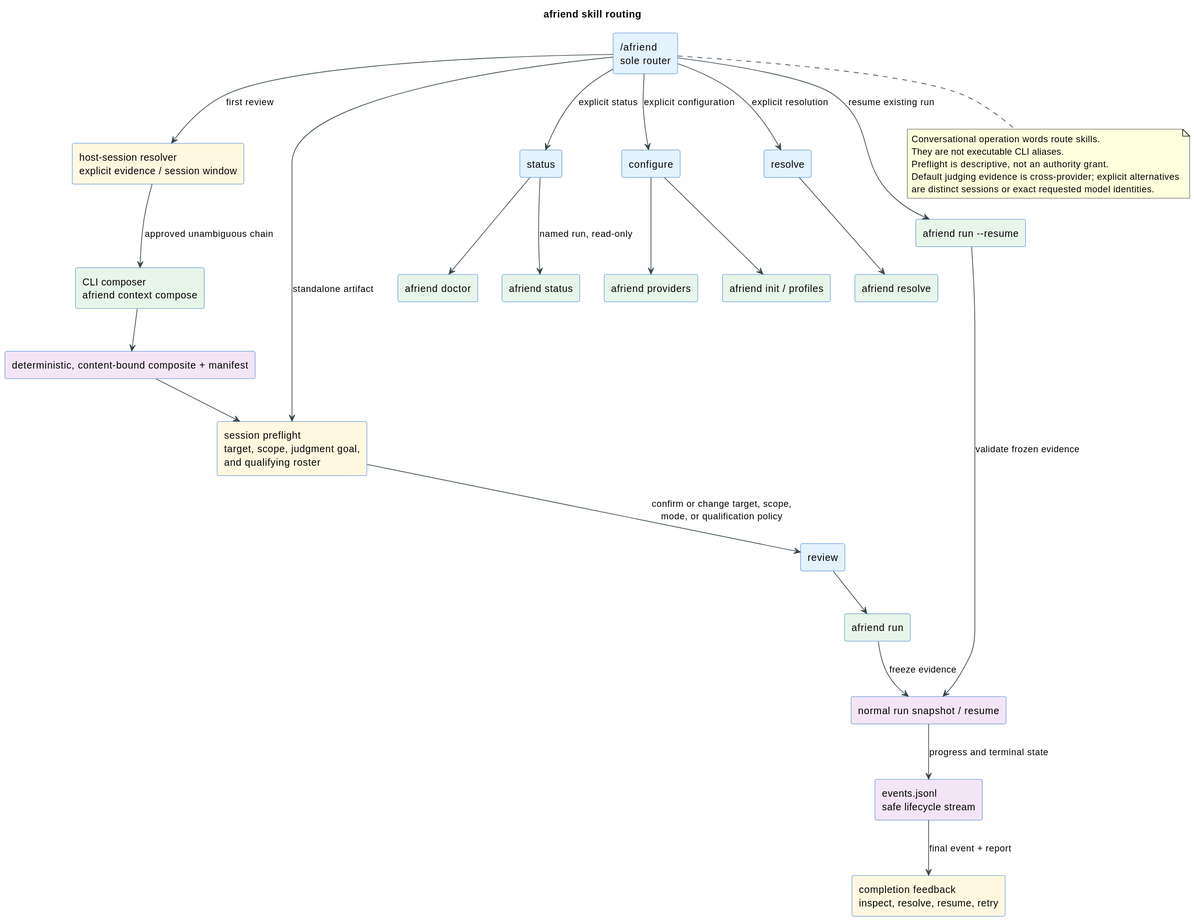
Earlier version of the PlantUML export docs/architecture/skill-routing.svg (livingstaccato/afriend).
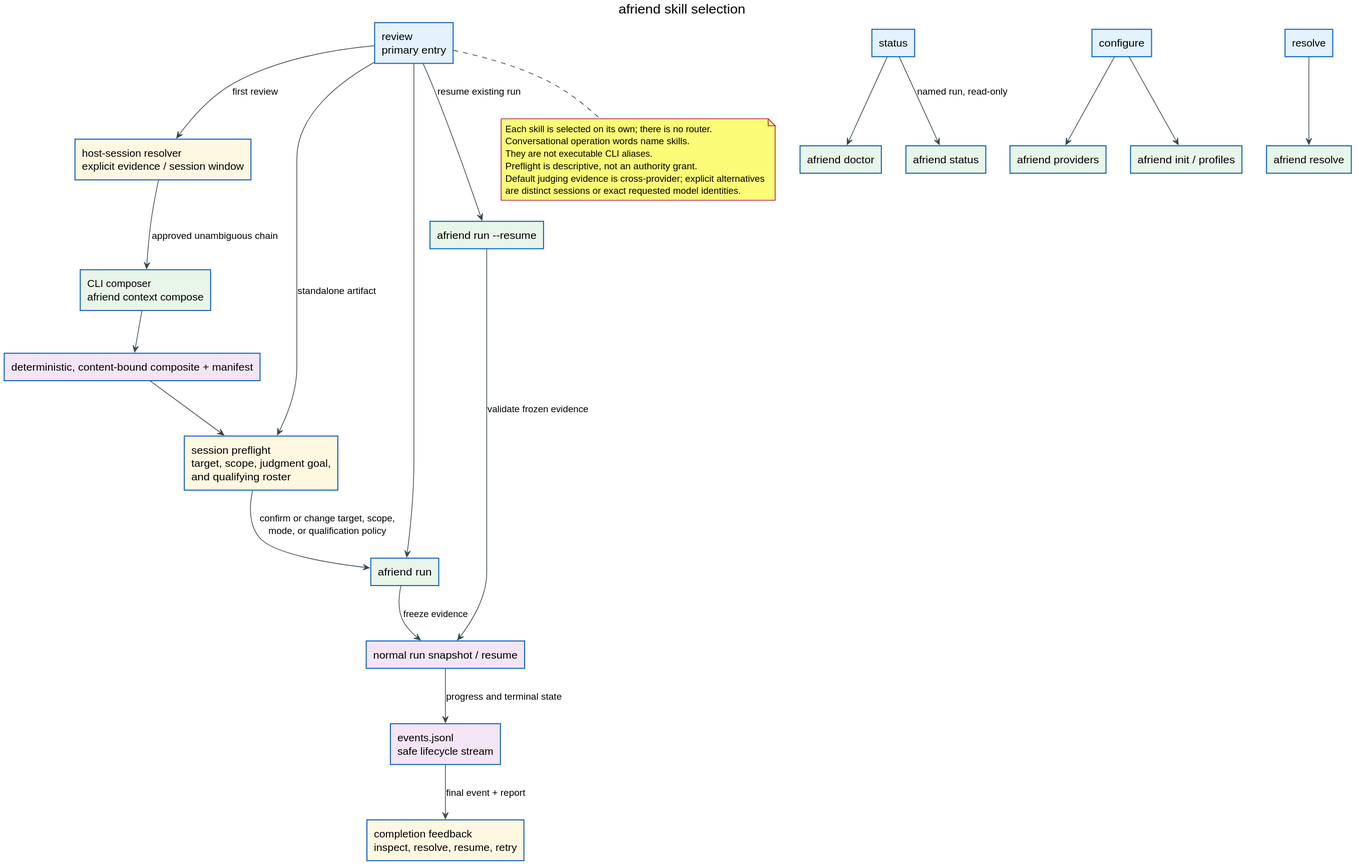
After the commit.

Change to the diagram source:
```diff
@@ -1,4 +1,4 @@
-@startuml
+@startuml skill-routing
 skinparam backgroundColor #FFFFFF
 skinparam shadowing false
 skinparam defaultFontName Helvetica
@@ -7,14 +7,13 @@
   BorderColor #1565C0
   BackgroundColor #E3F2FD
 }
-title afriend skill routing
+title afriend skill selection
 
-rectangle "/afriend\nsole router" as router
 rectangle "host-session resolver\nexplicit evidence / session window" as resolver #FFF8E1
 rectangle "CLI composer\nafriend context compose" as composer #E8F5E9
 rectangle "deterministic, content-bound composite + manifest" as composite #F3E5F5
 rectangle "session preflight\ntarget, scope, judgment goal,\nand qualifying roster" as preflight #FFF8E1
-rectangle "review" as review
+rectangle "review\nprimary entry" as review
 rectangle "status" as status
 rectangle "configure" as configure
 rectangle "resolve" as resolve
@@ -29,16 +28,13 @@
 rectangle "afriend resolve" as resolution #E8F5E9
 rectangle "afriend run --resume" as resume #E8F5E9
 
-router --> resolver : first review
+review --> resolver : first review
 resolver --> composer : approved unambiguous chain
 composer --> composite
 composite --> preflight
-router --> preflight : standalone artifact
-preflight --> review : confirm or change target, scope,\nmode, or qualification policy
-router --> status : explicit status
-router --> configure : explicit configuration
-router --> resolve : explicit resolution
-router --> resume : resume existing run
+review --> preflight : standalone artifact
+preflight --> run : confirm or change target, scope,\nmode, or qualification policy
+review --> resume : resume existing run
 resume --> snapshot : validate frozen evidence
 review --> run
 run --> snapshot : freeze evidence
@@ -49,8 +45,9 @@
 configure --> providers
 configure --> setup
 resolve --> resolution
-note bottom of router
-  Conversational operation words route skills.
+note bottom of review
+  Each skill is selected on its own; there is no router.
+  Conversational operation words name skills.
   They are not executable CLI aliases.
   Preflight is descriptive, not an authority grant.
   Default judging evidence is cross-provider; explicit alternatives
```
